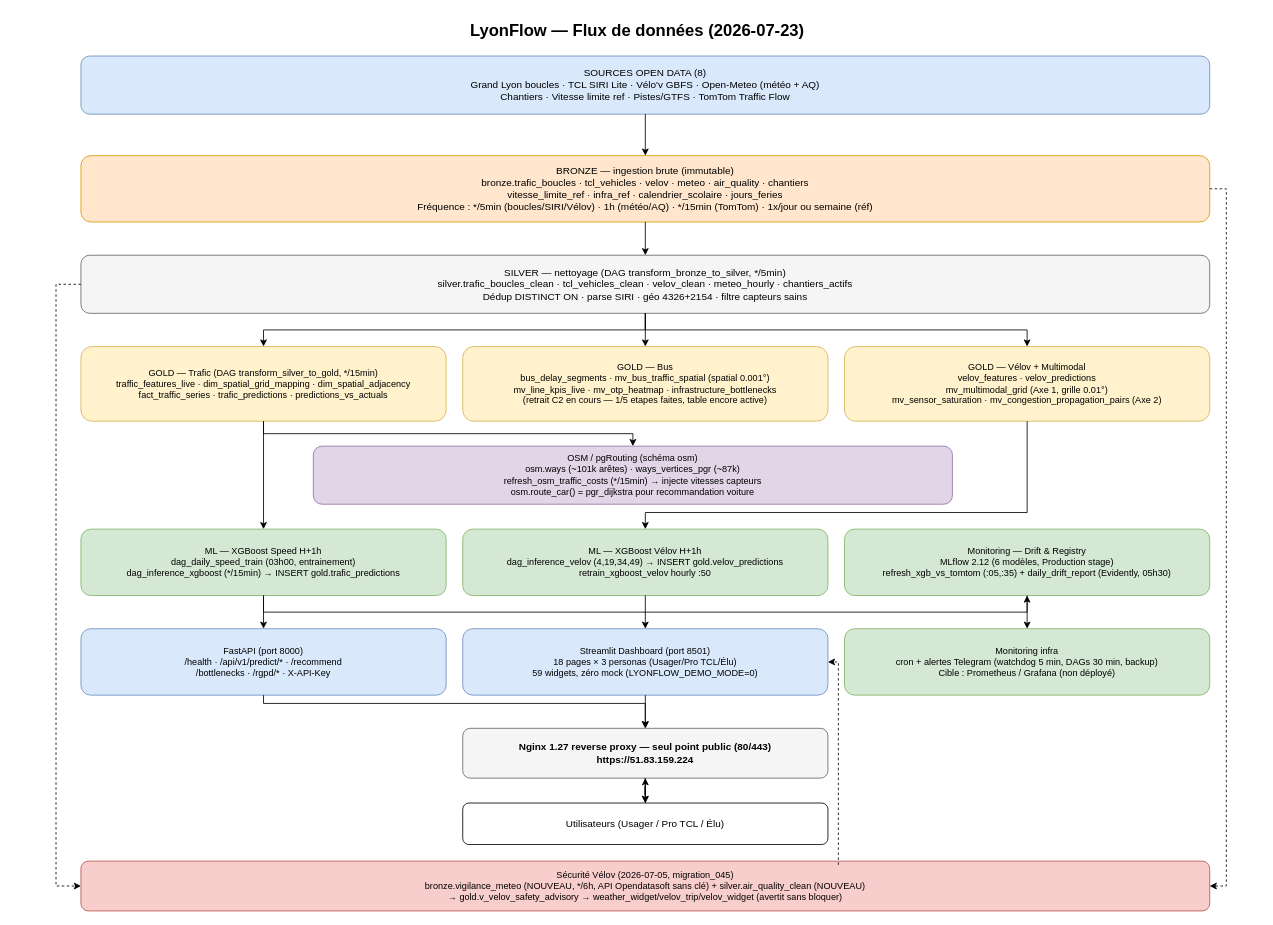
Earlier version of the draw.io diagram présentation/drawio/01_flux_donnees_medallion.drawio (PDUCLOS/lyonflowfull). Source tidied: cells renumbered, new cells numbered last; positions are measured from the earlier drawing's top-left corner, leaving out a move shared by most shapes. Both pictures are drawn from the tidied source at 83%, with x=0, y=0 at pixel (14, 14).
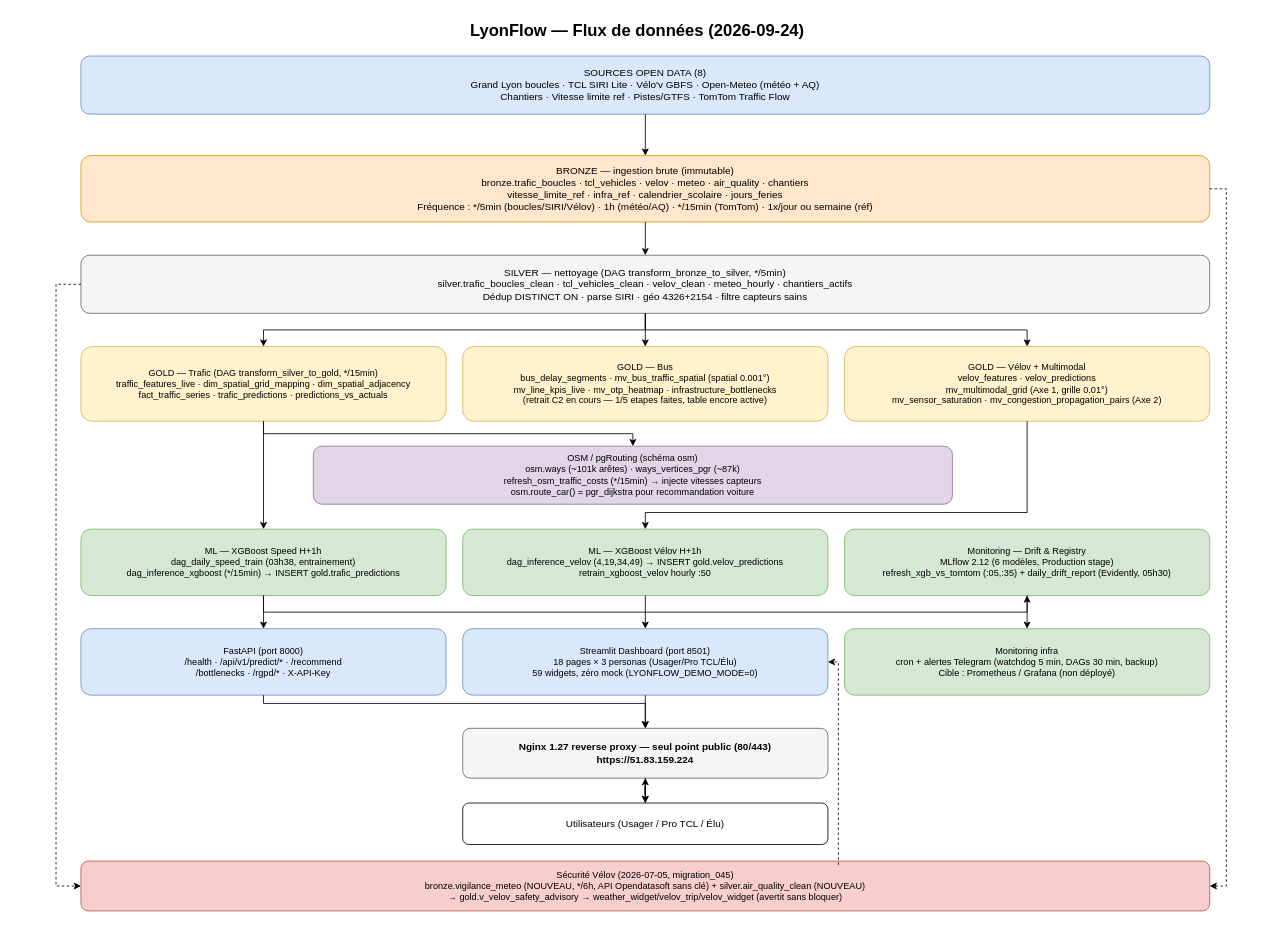
After the change.

Change to the diagram source:
```diff
@@
-    <mxCell id="2" value="LyonFlow — Flux de données (2026-07-23)" style="text;html=1;fontSize=20;fontStyle=1;align=center;" parent="1" vertex="1">
+    <mxCell id="2" value="LyonFlow — Flux de données (2026-09-24)" style="text;html=1;fontSize=20;fontStyle=1;align=center;" parent="1" vertex="1">
       <mxGeometry width="1500" height="30" as="geometry" />
     </mxCell>
@@
-    <mxCell id="10" value="ML — XGBoost Speed H+1h&#10;dag_daily_speed_train (03h00, entrainement)&#10;dag_inference_xgboost (*/15min) → INSERT gold.trafic_predictions" style="rounded=1;whiteSpace=wrap;html=1;fillColor=#d5e8d4;strokeColor=#82b366;fontSize=11;" parent="1" vertex="1">
+    <mxCell id="10" value="ML — XGBoost Speed H+1h&#10;dag_daily_speed_train (03h38, entrainement)&#10;dag_inference_xgboost (*/15min) → INSERT gold.trafic_predictions" style="rounded=1;whiteSpace=wrap;html=1;fillColor=#d5e8d4;strokeColor=#82b366;fontSize=11;" parent="1" vertex="1">
       <mxGeometry x="80" y="620" width="440" height="80" as="geometry" />
     </mxCell>
```
